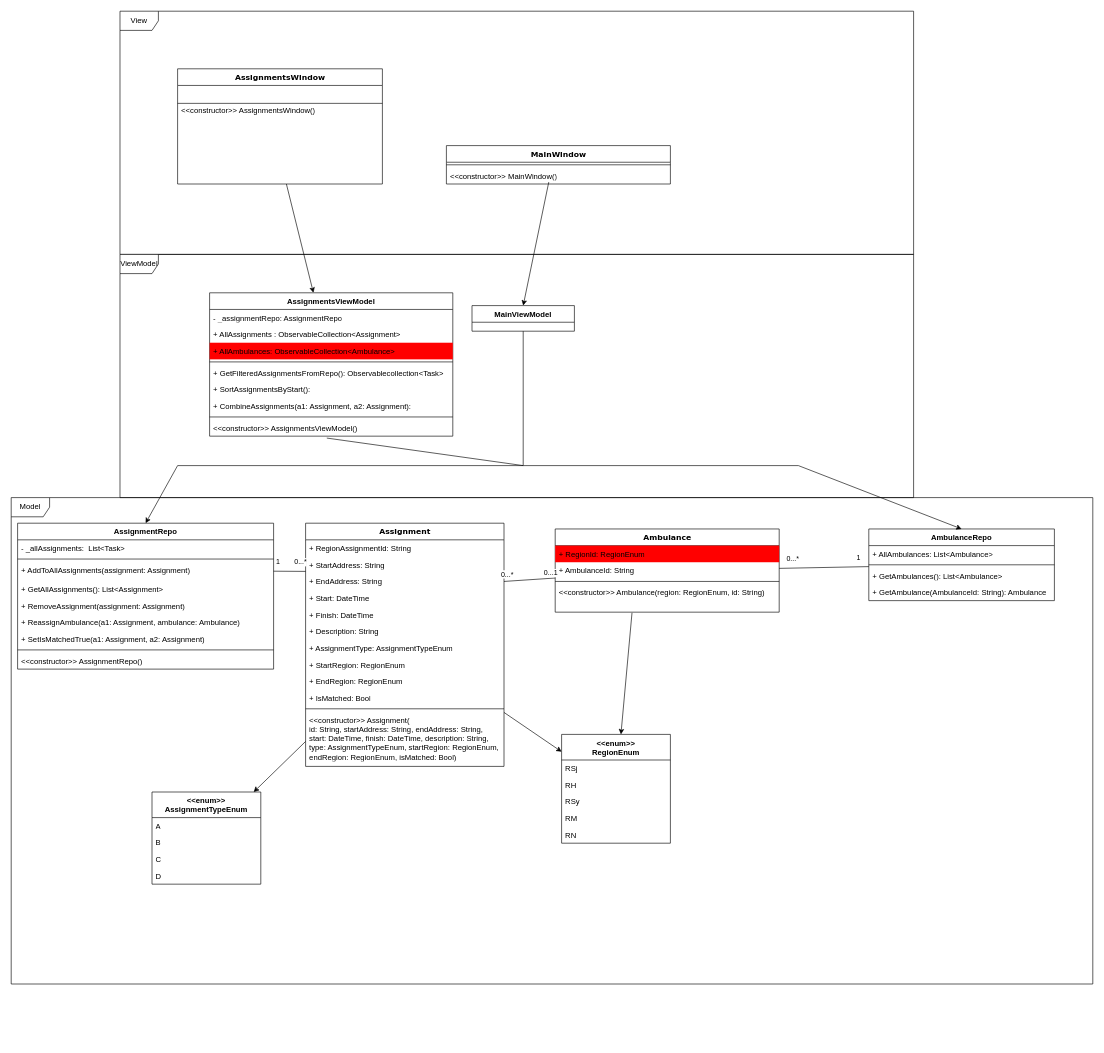
elgaard99/Region_Syd keeps this draw.io diagram as DCDs/Kombinerer opgaver (sprint 2).drawio. Above is the earlier version. Source tidied: cells renumbered, new cells numbered last; positions are measured from the earlier drawing's top-left corner, leaving out a move shared by most shapes. Both pictures are drawn from the tidied source at 64%, with x=0, y=0 at pixel (11, 11).
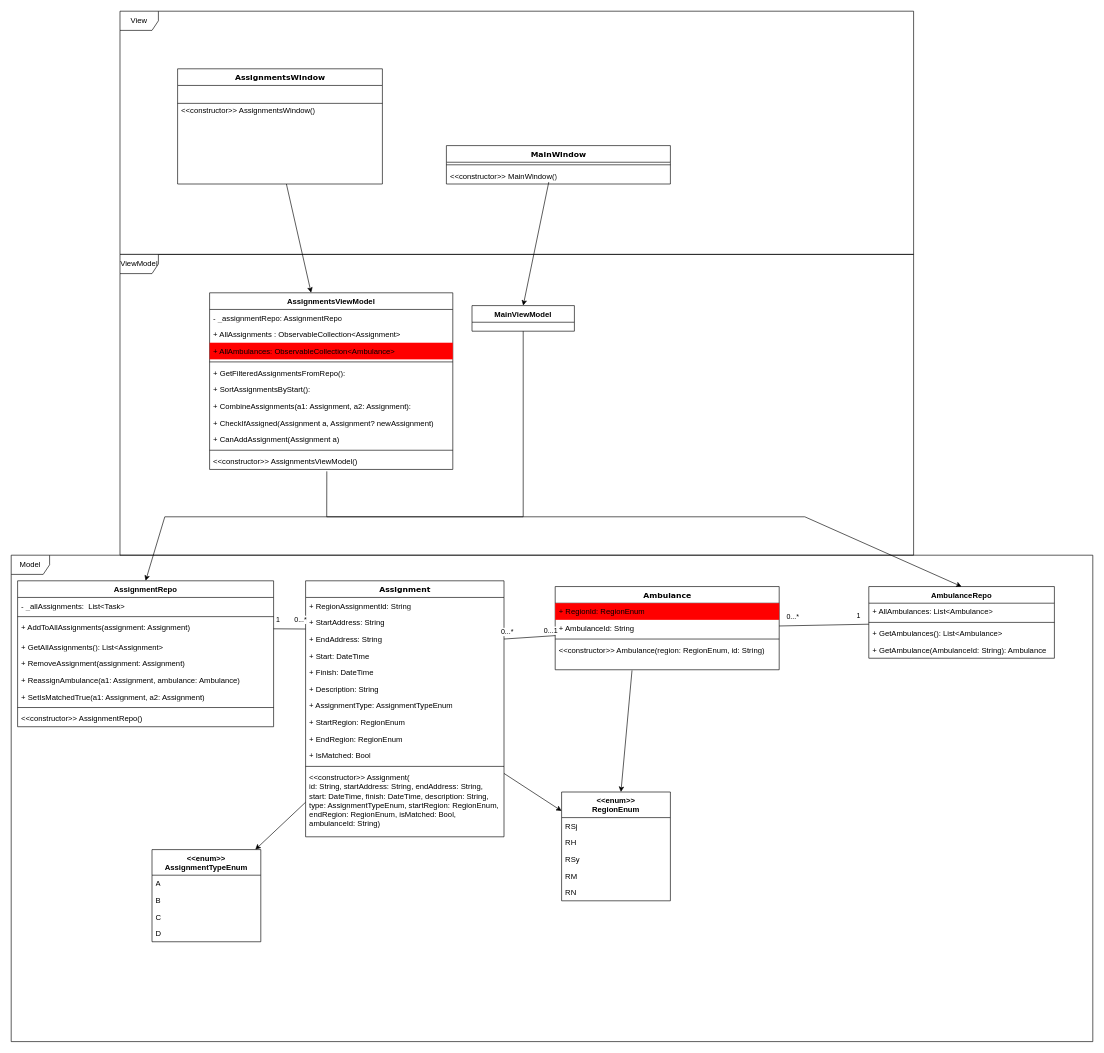
The same diagram, later.

Commit message (it also covers changes not shown here):
GetFilteredAssignmentsFromRepo hot fix med update samt opdatering af DCD sprint 2.

Unchanged cells that the change refers to:
```xml
<mxCell id="59" value="MainViewModel" style="swimlane;fontStyle=1;align=center;verticalAlign=top;horizontal=1;startSize=26;whiteSpace=wrap;html=1;" parent="1" vertex="1">
  <mxGeometry x="720" y="460" width="160" height="40" as="geometry" />
</mxCell>
```

Diff of the diagram source:
```diff
@@
     <mxCell id="8" value="Ambulance" style="swimlane;html=1;fontStyle=1;align=center;verticalAlign=top;horizontal=1;startSize=26;rounded=0;shadow=0;comic=0;strokeWidth=1;fillColor=none;fontFamily=Verdana;fontSize=12;" parent="1" vertex="1">
-      <mxGeometry x="850" y="809" width="350" height="130" as="geometry" />
+      <mxGeometry x="850" y="899" width="350" height="130" as="geometry" />
     </mxCell>
@@
     <mxCell id="13" value="Assignment" style="swimlane;html=1;fontStyle=1;align=center;verticalAlign=top;horizontal=1;startSize=26;swimlaneFillColor=#ffffff;rounded=0;shadow=0;comic=0;labelBackgroundColor=none;strokeWidth=1;fillColor=none;fontFamily=Verdana;fontSize=12;" parent="1" vertex="1">
-      <mxGeometry x="460" y="800" width="310" height="380" as="geometry" />
+      <mxGeometry x="460" y="890" width="310" height="400" as="geometry" />
     </mxCell>
@@
-    <mxCell id="25" value="&lt;div&gt;&amp;lt;&amp;lt;constructor&amp;gt;&amp;gt; Assignment(&lt;/div&gt;&lt;div&gt;id: String, startAddress: String, endAddress: String,&lt;/div&gt;&lt;div&gt;start: DateTime, finish: DateTime, description: String,&lt;/div&gt;&lt;div&gt;type: AssignmentTypeEnum, startRegion: RegionEnum,&lt;/div&gt;&lt;div&gt;endRegion: RegionEnum, isMatched: Bool)&lt;/div&gt;" style="text;strokeColor=none;fillColor=none;align=left;verticalAlign=top;spacingLeft=4;spacingRight=4;overflow=hidden;whiteSpace=wrap;html=1;" parent="13" vertex="1">
-      <mxGeometry y="294" width="310" height="86" as="geometry" />
+    <mxCell id="25" value="&lt;div&gt;&amp;lt;&amp;lt;constructor&amp;gt;&amp;gt; Assignment(&lt;/div&gt;&lt;div&gt;id: String, startAddress: String, endAddress: String,&lt;/div&gt;&lt;div&gt;start: DateTime, finish: DateTime, description: String,&lt;/div&gt;&lt;div&gt;type: AssignmentTypeEnum, startRegion: RegionEnum,&lt;/div&gt;&lt;div&gt;endRegion: RegionEnum, isMatched: Bool, ambulanceId: String)&lt;/div&gt;" style="text;strokeColor=none;fillColor=none;align=left;verticalAlign=top;spacingLeft=4;spacingRight=4;overflow=hidden;whiteSpace=wrap;html=1;" parent="13" vertex="1">
+      <mxGeometry y="294" width="310" height="106" as="geometry" />
     </mxCell>
@@
     <mxCell id="27" value="ViewModel" style="shape=umlFrame;whiteSpace=wrap;html=1;" parent="1" vertex="1">
-      <mxGeometry x="170" y="380" width="1240" height="380" as="geometry" />
+      <mxGeometry x="170" y="380" width="1240" height="470" as="geometry" />
     </mxCell>
     <mxCell id="28" value="Model" style="shape=umlFrame;whiteSpace=wrap;html=1;" parent="1" vertex="1">
-      <mxGeometry y="760" width="1690" height="760" as="geometry" />
+      <mxGeometry y="850" width="1690" height="760" as="geometry" />
     </mxCell>
     <mxCell id="29" value="AssignmentRepo" style="swimlane;fontStyle=1;align=center;verticalAlign=top;horizontal=1;startSize=26;whiteSpace=wrap;html=1;" parent="1" vertex="1">
-      <mxGeometry x="10" y="800" width="400" height="228" as="geometry" />
+      <mxGeometry x="10" y="890" width="400" height="228" as="geometry" />
     </mxCell>
@@
     <mxCell id="39" value="AmbulanceRepo" style="swimlane;fontStyle=1;align=center;verticalAlign=top;horizontal=1;startSize=26;whiteSpace=wrap;html=1;" parent="1" vertex="1">
-      <mxGeometry x="1340" y="809" width="290" height="112" as="geometry" />
+      <mxGeometry x="1340" y="899" width="290" height="112" as="geometry" />
     </mxCell>
@@
     <mxCell id="44" value="&lt;div&gt;&amp;lt;&amp;lt;enum&amp;gt;&amp;gt;&lt;/div&gt;RegionEnum" style="swimlane;fontStyle=1;align=center;verticalAlign=top;horizontal=1;startSize=40;whiteSpace=wrap;html=1;" parent="1" vertex="1">
-      <mxGeometry x="860" y="1130" width="170" height="170" as="geometry" />
+      <mxGeometry x="860" y="1220" width="170" height="170" as="geometry" />
     </mxCell>
@@
     <mxCell id="60" value="AssignmentsViewModel" style="swimlane;fontStyle=1;align=center;verticalAlign=top;horizontal=1;startSize=26;whiteSpace=wrap;html=1;" parent="1" vertex="1">
-      <mxGeometry x="310" y="440" width="380" height="224" as="geometry" />
+      <mxGeometry x="310" y="440" width="380" height="276" as="geometry" />
     </mxCell>
@@
-    <mxCell id="65" value="+ GetFilteredAssignmentsFromRepo(): Observablecollection&amp;lt;Task&amp;gt;" style="text;strokeColor=none;fillColor=none;align=left;verticalAlign=top;spacingLeft=4;spacingRight=4;overflow=hidden;whiteSpace=wrap;html=1;" parent="60" vertex="1">
+    <mxCell id="65" value="+ GetFilteredAssignmentsFromRepo():&amp;nbsp;" style="text;strokeColor=none;fillColor=none;align=left;verticalAlign=top;spacingLeft=4;spacingRight=4;overflow=hidden;whiteSpace=wrap;html=1;" parent="60" vertex="1">
       <mxGeometry y="112" width="380" height="26" as="geometry" />
     </mxCell>
@@
+    <mxCell id="83" value="+ CheckIfAssigned(Assignment a, Assignment? newAssignment)" style="text;strokeColor=none;fillColor=none;align=left;verticalAlign=top;spacingLeft=4;spacingRight=4;overflow=hidden;whiteSpace=wrap;html=1;" parent="60" vertex="1">
+      <mxGeometry y="190" width="380" height="26" as="geometry" />
+    </mxCell>
+    <mxCell id="84" value="+&amp;nbsp;CanAddAssignment(Assignment a)" style="text;strokeColor=none;fillColor=none;align=left;verticalAlign=top;spacingLeft=4;spacingRight=4;overflow=hidden;whiteSpace=wrap;html=1;" parent="60" vertex="1">
+      <mxGeometry y="216" width="380" height="26" as="geometry" />
+    </mxCell>
     <mxCell id="68" style="line;strokeWidth=1;fillColor=none;align=left;verticalAlign=middle;spacingTop=-1;spacingLeft=3;spacingRight=3;labelPosition=right;strokeColor=inherit;" parent="60" vertex="1">
-      <mxGeometry y="190" width="380" height="8" as="geometry" />
+      <mxGeometry y="242" width="380" height="8" as="geometry" />
     </mxCell>
     <mxCell id="69" value="&amp;lt;&amp;lt;constructor&amp;gt;&amp;gt; AssignmentsViewModel()" style="text;strokeColor=none;fillColor=none;align=left;verticalAlign=top;spacingLeft=4;spacingRight=4;overflow=hidden;points=[[0,0.5],[1,0.5]];portConstraint=eastwest;whiteSpace=wrap;html=1;" parent="60" vertex="1">
-      <mxGeometry y="198" width="380" height="26" as="geometry" />
+      <mxGeometry y="250" width="380" height="26" as="geometry" />
     </mxCell>
     <mxCell id="70" style="endArrow=none;html=1;rounded=0;exitX=0.5;exitY=0;exitDx=0;exitDy=0;startArrow=classic;startFill=1;" parent="1" edge="1" source="29" target="59">
       <mxGeometry relative="1" as="geometry">
         <Array as="points">
-          <mxPoint x="260" y="710" />
-          <mxPoint x="800" y="710" />
+          <mxPoint x="240" y="790" />
+          <mxPoint x="800" y="790" />
         </Array>
       </mxGeometry>
     </mxCell>
     <mxCell id="71" style="endArrow=none;html=1;rounded=0;exitX=0.5;exitY=0;exitDx=0;exitDy=0;startArrow=classic;startFill=1;entryX=0.482;entryY=1.115;entryDx=0;entryDy=0;entryPerimeter=0;" parent="1" edge="1" source="39" target="69">
       <mxGeometry relative="1" as="geometry">
         <Array as="points">
-          <mxPoint x="1230" y="710" />
-          <mxPoint x="800" y="710" />
+          <mxPoint x="1240" y="790" />
+          <mxPoint x="800" y="790" />
+          <mxPoint x="493" y="790" />
         </Array>
       </mxGeometry>
     </mxCell>
@@
     <mxCell id="75" value="&lt;div&gt;&amp;lt;&amp;lt;enum&amp;gt;&amp;gt;&lt;/div&gt;AssignmentTypeEnum" style="swimlane;fontStyle=1;align=center;verticalAlign=top;horizontal=1;startSize=40;whiteSpace=wrap;html=1;" parent="1" vertex="1">
-      <mxGeometry x="220" y="1220" width="170" height="144" as="geometry" />
+      <mxGeometry x="220" y="1310" width="170" height="144" as="geometry" />
     </mxCell>
@@
     <mxCell id="80" style="endArrow=classic;html=1;rounded=0;" parent="1" edge="1" target="44">
       <mxGeometry relative="1" as="geometry">
-        <mxPoint x="970" y="940" as="sourcePoint" />
+        <mxPoint x="970" y="1030" as="sourcePoint" />
       </mxGeometry>
     </mxCell>
```
